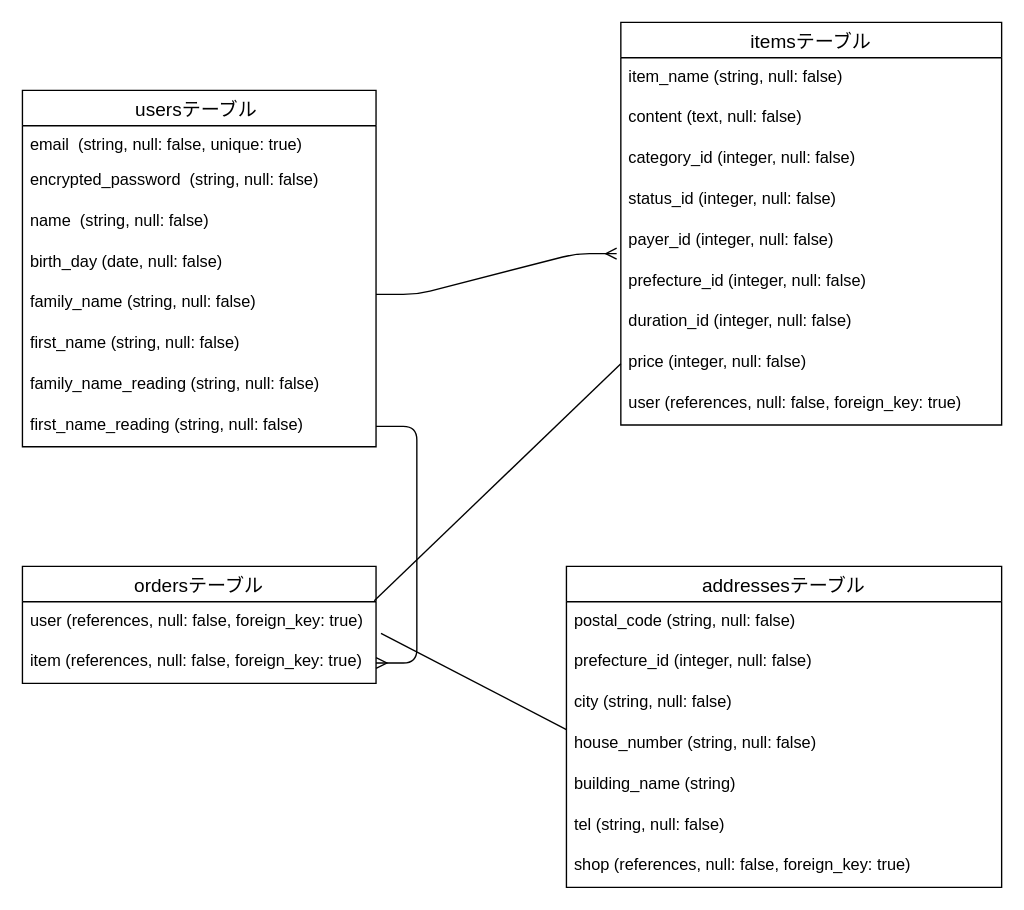
Before: furima-39267.dio in okuroshiro/furima-39267, a draw.io diagram. Source tidied: cells renumbered, new cells numbered last; positions are measured from the earlier drawing's top-left corner, leaving out a move shared by most shapes. Both pictures are drawn from the tidied source at 136%, with x=0, y=0 at pixel (22, 22).
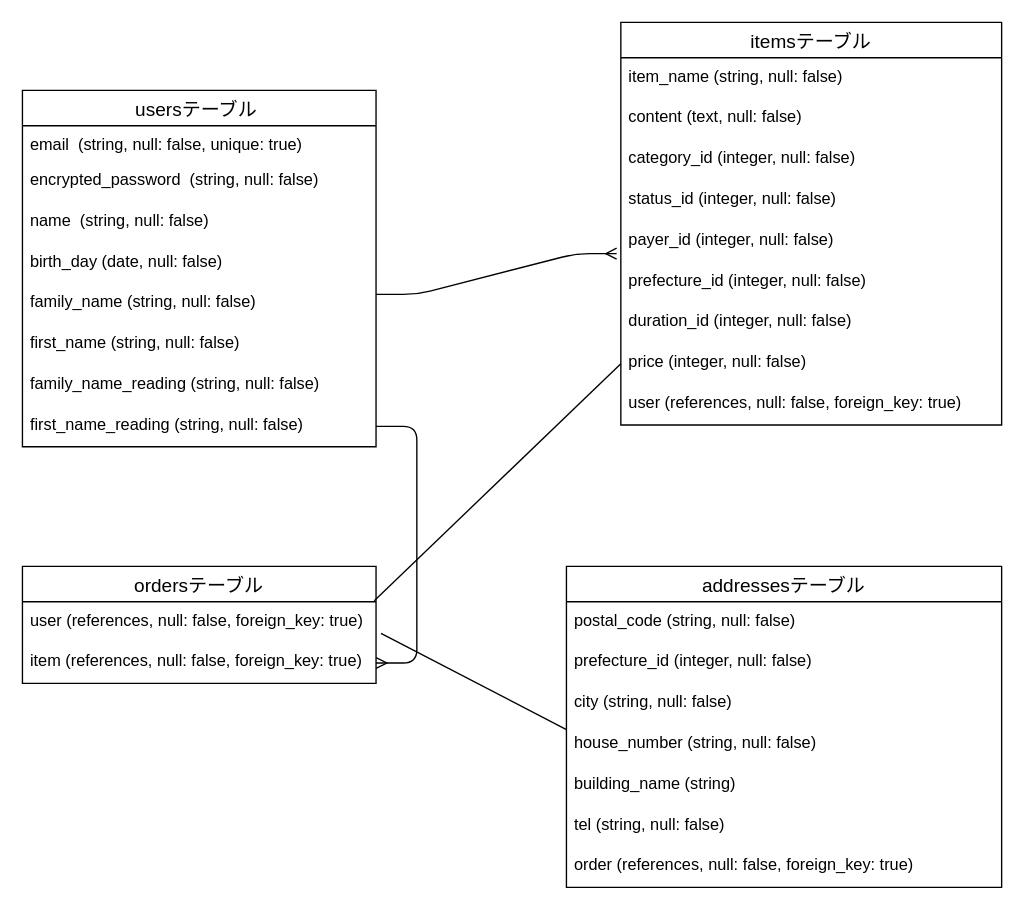
The same diagram, later.

Commit message (it also covers changes not shown here):
データベーステーブル名変更

Unchanged cells that the change refers to:
```xml
<mxCell id="21" value="addressesテーブル" style="swimlane;fontStyle=0;horizontal=1;startSize=26;align=center;fontSize=14;" parent="1" vertex="1">
  <mxGeometry x="400" y="400" width="320" height="236" as="geometry" />
</mxCell>
```

The edit, as a diff of the source:
```diff
@@
-    <mxCell id="28" value="shop (references, null: false, foreign_key: true)" style="text;strokeColor=none;fillColor=none;spacingLeft=4;spacingRight=4;overflow=hidden;fontSize=12;" parent="21" vertex="1">
+    <mxCell id="28" value="order (references, null: false, foreign_key: true)" style="text;strokeColor=none;fillColor=none;spacingLeft=4;spacingRight=4;overflow=hidden;fontSize=12;" parent="21" vertex="1">
       <mxGeometry y="206" width="320" height="30" as="geometry" />
     </mxCell>
```
